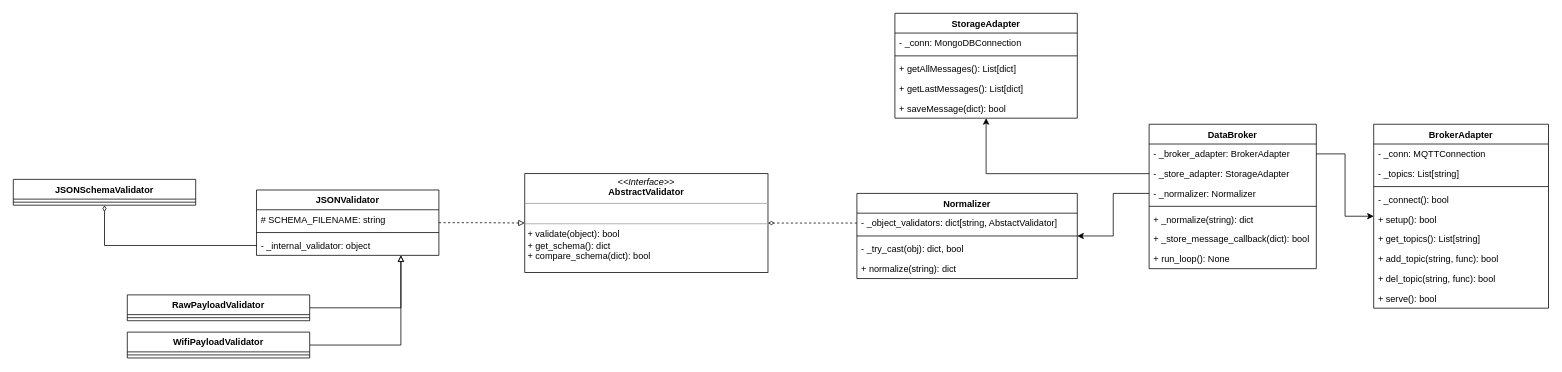
The draw.io diagram page "Page-2" (2 of 2) of code/databroker/schemes/ClassDiagram.drawio in Kirkirillka/GPS_Tracker, before the edit. Source tidied: cells renumbered, new cells numbered last; positions are measured from the earlier drawing's top-left corner, leaving out a move shared by most shapes. Both pictures are drawn from the tidied source at 76%, with x=0, y=0 at pixel (13, 13).
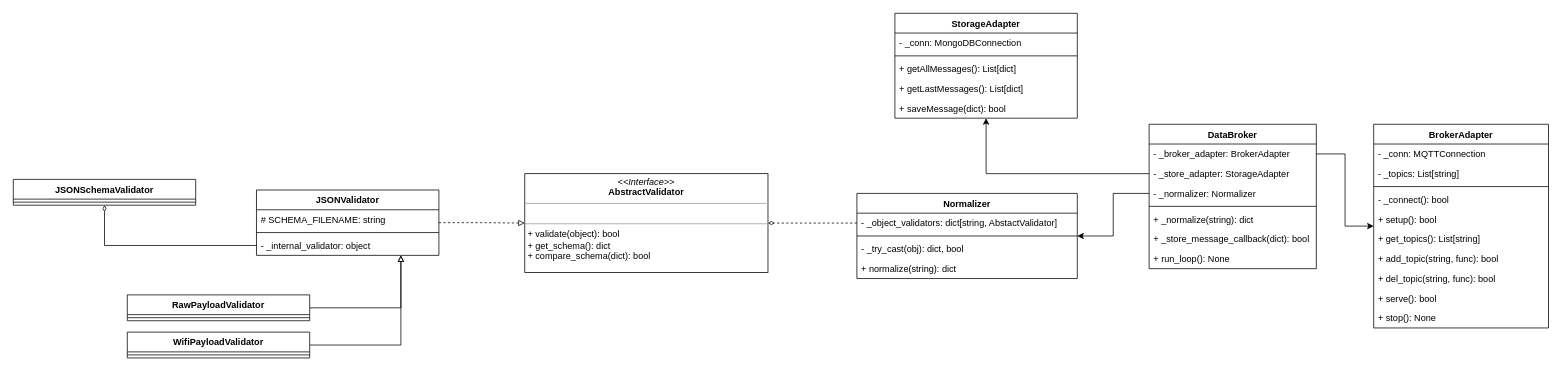
The same diagram, later.

Commit message:
Leave out some methods, because calling on MQTT client in Python is mostly blocking operation, so better to use callbacks.

Change to the diagram source:
```diff
@@
     <mxCell id="10" value="BrokerAdapter" style="swimlane;fontStyle=1;align=center;verticalAlign=top;horizontal=1;startSize=26;" parent="1" vertex="1">
-      <mxGeometry x="1790" y="146" width="230" height="242" as="geometry" />
+      <mxGeometry x="1790" y="146" width="230" height="268" as="geometry" />
     </mxCell>
@@
+    <mxCell id="50" value="+ serve(): bool" style="text;strokeColor=none;fillColor=none;align=left;verticalAlign=top;spacingLeft=4;spacingRight=4;overflow=hidden;" parent="10" vertex="1">
+      <mxGeometry y="216" width="230" height="26" as="geometry" />
+    </mxCell>
-    <mxCell id="19" value="+ serve(): bool" style="text;strokeColor=none;fillColor=none;align=left;verticalAlign=top;spacingLeft=4;spacingRight=4;overflow=hidden;" parent="10" vertex="1">
-      <mxGeometry y="216" width="230" height="26" as="geometry" />
+    <mxCell id="19" value="+ stop(): None&#10;" style="text;strokeColor=none;fillColor=none;align=left;verticalAlign=top;spacingLeft=4;spacingRight=4;overflow=hidden;" parent="10" vertex="1">
+      <mxGeometry y="242" width="230" height="26" as="geometry" />
     </mxCell>
```
